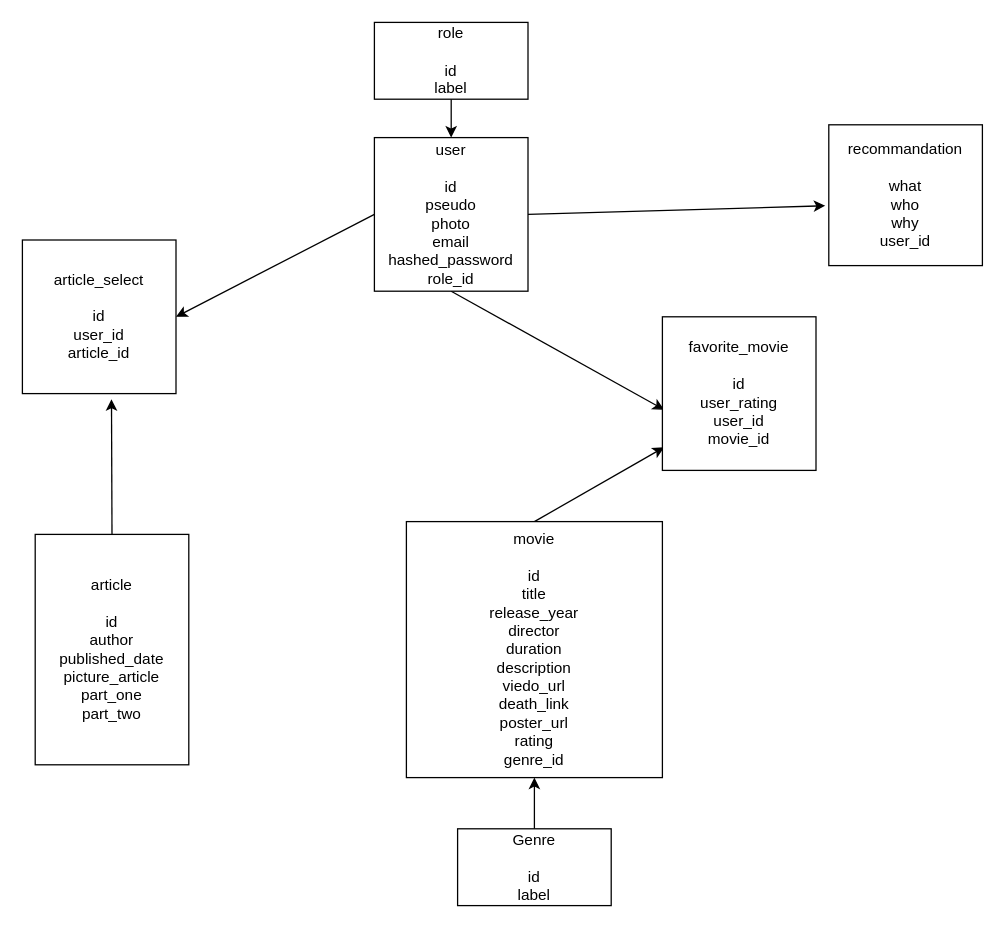
The draw.io diagram server/model/schema.dio in RomainVarra/RetroWild, before the edit. Source tidied: cells renumbered, new cells numbered last; positions are measured from the earlier drawing's top-left corner, leaving out a move shared by most shapes. Both pictures are drawn from the tidied source at 128%, with x=0, y=0 at pixel (22, 22).
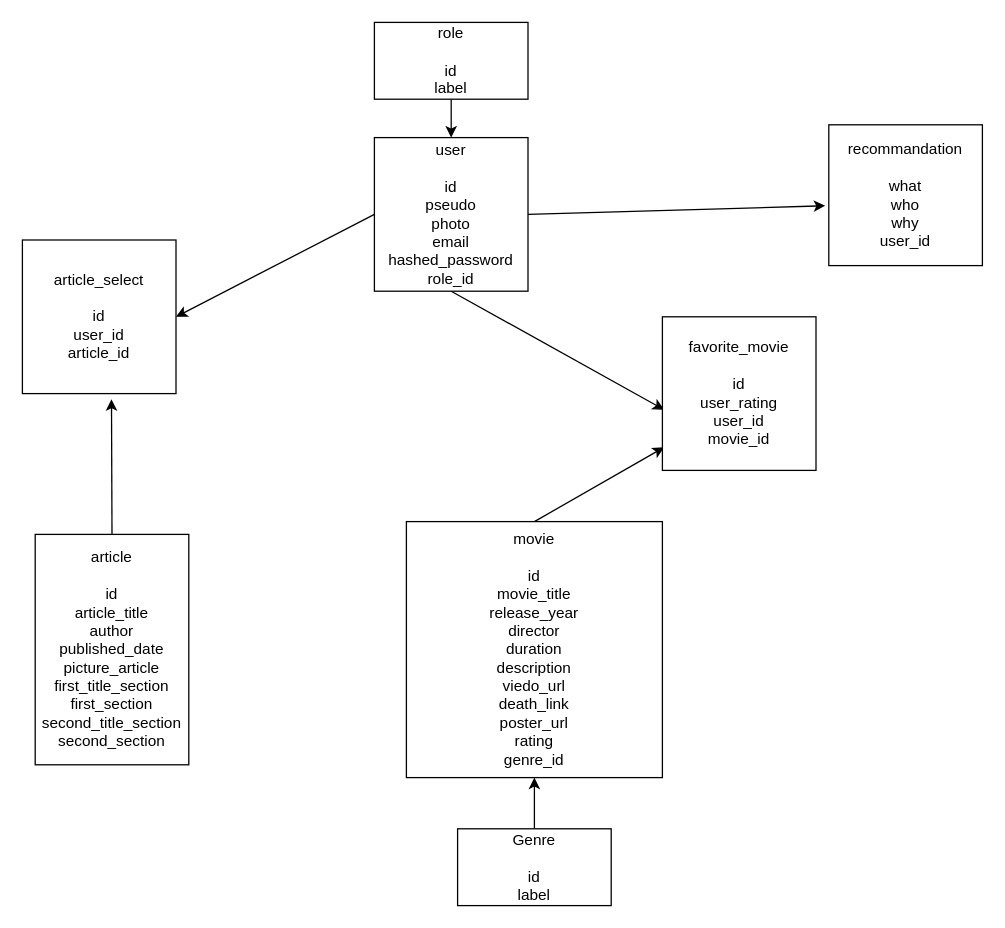
The same diagram, later.

The edit, as a diff of the source:
```diff
@@
 <mxGraphModel>
   <root>
     <mxCell id="0" />
     <mxCell id="1" parent="0" />
     <mxCell id="2" style="edgeStyle=none;html=1;exitX=0.5;exitY=1;exitDx=0;exitDy=0;entryX=0.5;entryY=0;entryDx=0;entryDy=0;" parent="1" edge="1" source="3" target="7">
       <mxGeometry relative="1" as="geometry" />
     </mxCell>
     <mxCell id="3" value="role&lt;br&gt;&lt;br&gt;id&lt;br&gt;label" style="rounded=0;whiteSpace=wrap;html=1;" parent="1" vertex="1">
       <mxGeometry x="275" width="120" height="60" as="geometry" />
     </mxCell>
     <mxCell id="4" style="edgeStyle=none;html=1;exitX=1;exitY=0.5;exitDx=0;exitDy=0;entryX=-0.023;entryY=0.575;entryDx=0;entryDy=0;entryPerimeter=0;" parent="1" edge="1" source="7" target="14">
       <mxGeometry relative="1" as="geometry" />
     </mxCell>
     <mxCell id="5" style="edgeStyle=none;html=1;exitX=0;exitY=0.5;exitDx=0;exitDy=0;entryX=1;entryY=0.5;entryDx=0;entryDy=0;" parent="1" edge="1" source="7" target="16">
       <mxGeometry relative="1" as="geometry" />
     </mxCell>
     <mxCell id="6" style="edgeStyle=none;html=1;exitX=0.5;exitY=1;exitDx=0;exitDy=0;entryX=0.011;entryY=0.605;entryDx=0;entryDy=0;entryPerimeter=0;" parent="1" edge="1" source="7" target="15">
       <mxGeometry relative="1" as="geometry" />
     </mxCell>
     <mxCell id="7" value="user&lt;br&gt;&lt;br&gt;id&lt;br&gt;pseudo&lt;br&gt;photo&lt;br&gt;email&lt;br&gt;hashed_password&lt;br&gt;role_id" style="rounded=0;whiteSpace=wrap;html=1;" parent="1" vertex="1">
       <mxGeometry x="275" y="90" width="120" height="120" as="geometry" />
     </mxCell>
     <mxCell id="8" style="edgeStyle=none;html=1;exitX=0.5;exitY=0;exitDx=0;exitDy=0;entryX=0.011;entryY=0.85;entryDx=0;entryDy=0;entryPerimeter=0;" parent="1" edge="1" source="9" target="15">
       <mxGeometry relative="1" as="geometry" />
     </mxCell>
-    <mxCell id="9" value="movie&lt;br&gt;&lt;br&gt;id&lt;br&gt;title&lt;br&gt;release_year&lt;br&gt;director&lt;br&gt;duration&lt;br&gt;description&lt;br&gt;viedo_url&lt;br&gt;death_link&lt;br&gt;poster_url&lt;br&gt;rating&lt;br&gt;genre_id" style="whiteSpace=wrap;html=1;" parent="1" vertex="1">
+    <mxCell id="9" value="movie&lt;br&gt;&lt;br&gt;id&lt;br&gt;movie_title&lt;br&gt;release_year&lt;br&gt;director&lt;br&gt;duration&lt;br&gt;description&lt;br&gt;viedo_url&lt;br&gt;death_link&lt;br&gt;poster_url&lt;br&gt;rating&lt;br&gt;genre_id" style="whiteSpace=wrap;html=1;" parent="1" vertex="1">
       <mxGeometry x="300" y="390" width="200" height="200" as="geometry" />
     </mxCell>
     <mxCell id="10" style="edgeStyle=none;html=1;exitX=0.5;exitY=0;exitDx=0;exitDy=0;entryX=0.5;entryY=1;entryDx=0;entryDy=0;" parent="1" edge="1" source="11" target="9">
       <mxGeometry relative="1" as="geometry" />
     </mxCell>
     <mxCell id="11" value="Genre&lt;br&gt;&lt;br&gt;id&lt;br&gt;label" style="rounded=0;whiteSpace=wrap;html=1;" parent="1" vertex="1">
       <mxGeometry x="340" y="630" width="120" height="60" as="geometry" />
     </mxCell>
     <mxCell id="12" style="edgeStyle=none;html=1;exitX=0.5;exitY=0;exitDx=0;exitDy=0;entryX=0.58;entryY=1.037;entryDx=0;entryDy=0;entryPerimeter=0;" parent="1" edge="1" source="13" target="16">
       <mxGeometry relative="1" as="geometry" />
     </mxCell>
-    <mxCell id="13" value="article&lt;br&gt;&lt;br&gt;id&lt;br&gt;author&lt;br&gt;published_date&lt;br&gt;picture_article&lt;br&gt;part_one&lt;br&gt;part_two" style="rounded=0;whiteSpace=wrap;html=1;" parent="1" vertex="1">
+    <mxCell id="13" value="article&lt;br&gt;&lt;br&gt;id&lt;br&gt;article_title&lt;br&gt;author&lt;br&gt;published_date&lt;br&gt;picture_article&lt;br&gt;first_title_section&lt;br&gt;first_section&lt;br&gt;second_title_section&lt;br&gt;second_section" style="rounded=0;whiteSpace=wrap;html=1;" parent="1" vertex="1">
       <mxGeometry x="10" y="400" width="120" height="180" as="geometry" />
     </mxCell>
     <mxCell id="14" value="recommandation&lt;br&gt;&lt;br&gt;what&lt;br&gt;who&lt;br&gt;why&lt;br&gt;user_id" style="rounded=0;whiteSpace=wrap;html=1;" parent="1" vertex="1">
       <mxGeometry x="630" y="80" width="120" height="110" as="geometry" />
     </mxCell>
     <mxCell id="15" value="favorite_movie&lt;br&gt;&lt;br&gt;id&lt;br&gt;user_rating&lt;br&gt;user_id&lt;br&gt;movie_id" style="rounded=0;whiteSpace=wrap;html=1;" parent="1" vertex="1">
       <mxGeometry x="500" y="230" width="120" height="120" as="geometry" />
     </mxCell>
     <mxCell id="16" value="article_select&lt;br&gt;&lt;br&gt;id&lt;br&gt;user_id&lt;br&gt;article_id" style="rounded=0;whiteSpace=wrap;html=1;" parent="1" vertex="1">
       <mxGeometry y="170" width="120" height="120" as="geometry" />
     </mxCell>
   </root>
 </mxGraphModel>
```
